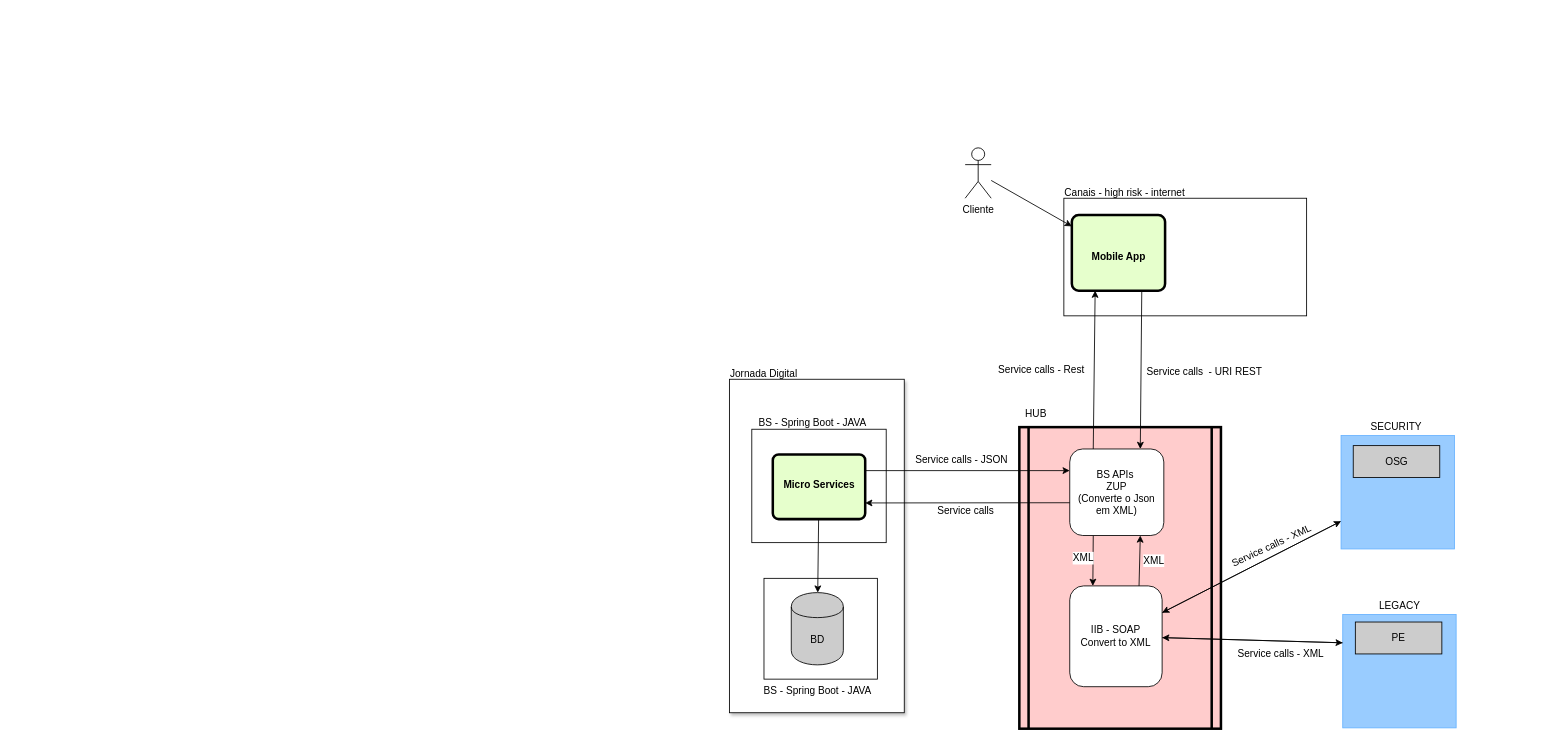
lucypbraz/Projects keeps this draw.io diagram as Untitled Diagram.drawio. Above is the earlier version. Source tidied: cells renumbered, new cells numbered last; positions are measured from the earlier drawing's top-left corner, leaving out a move shared by most shapes. Both pictures are drawn from the tidied source at 84%, with x=0, y=0 at pixel (728, 147).
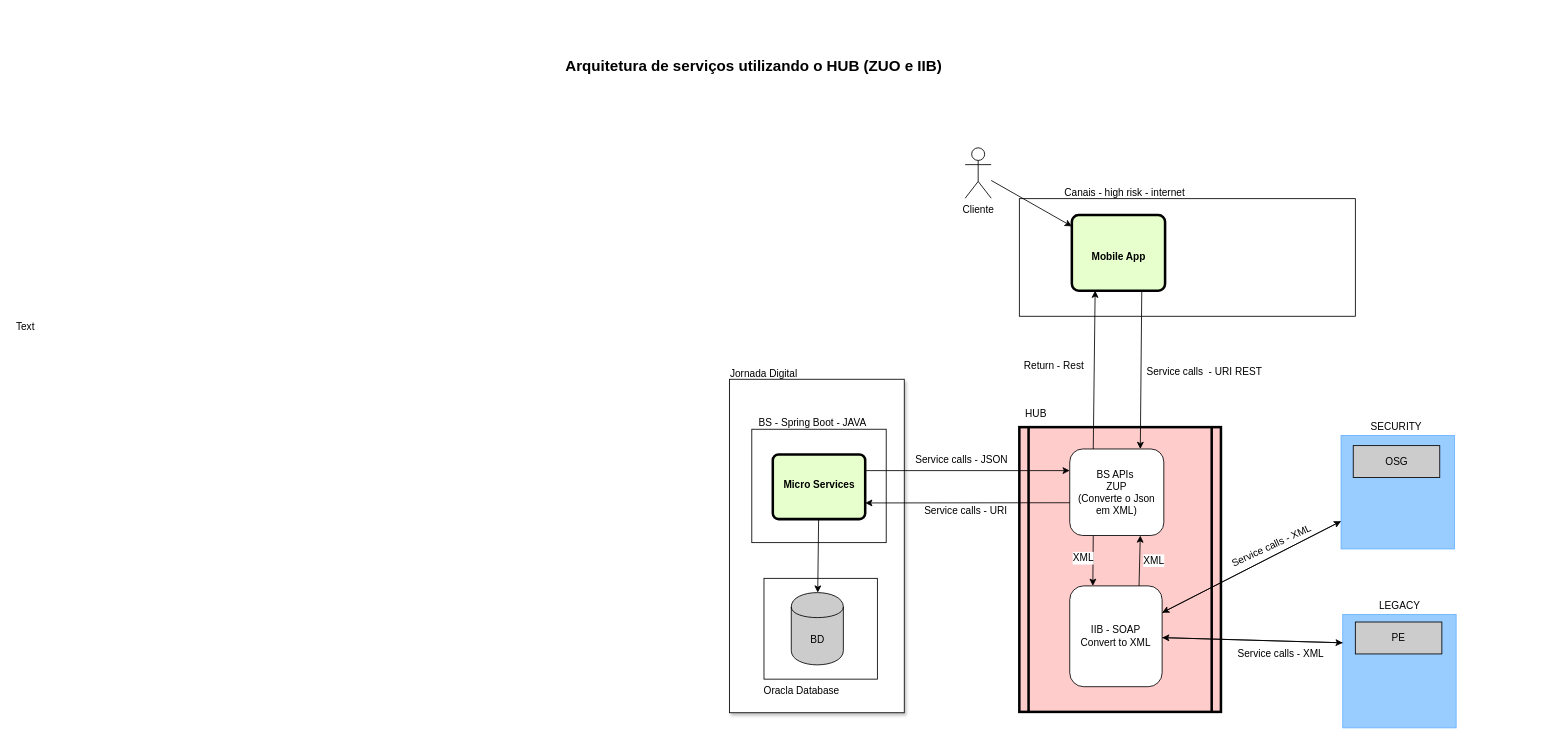
The same diagram, later.

Commit message:
Arquitetura de serviços utilizando o HUB (ZUO e IIB)

The change refers to these unchanged cells:
```xml
<mxCell id="13" style="edgeStyle=none;rounded=0;jettySize=auto;html=1;exitX=0.25;exitY=0;exitDx=0;exitDy=0;entryX=0.25;entryY=1;entryDx=0;entryDy=0;" parent="1" edge="1" source="17" target="9">
  <mxGeometry relative="1" as="geometry" />
</mxCell>
<mxCell id="42" style="edgeStyle=none;rounded=0;jettySize=auto;html=1;entryX=1;entryY=0.75;entryDx=0;entryDy=0;" parent="1" edge="1" target="38">
  <mxGeometry relative="1" as="geometry">
    <mxPoint x="406" y="423" as="sourcePoint" />
  </mxGeometry>
</mxCell>
```

The edit, as a diff of the source:
```diff
@@
     <mxCell id="5" style="shape=process;whiteSpace=wrap;align=center;verticalAlign=middle;size=0.0475;fontStyle=1;strokeWidth=3;fillColor=#FFCCCC;rotation=0;" parent="1" vertex="1">
-      <mxGeometry x="346" y="333" width="240" height="359" as="geometry" />
+      <mxGeometry x="346" y="333" width="240" height="339" as="geometry" />
     </mxCell>
     <mxCell id="6" style="rounded=0;whiteSpace=wrap;html=1;" parent="1" vertex="1">
-      <mxGeometry x="399" y="60.5" width="289" height="140" as="geometry" />
+      <mxGeometry x="346" y="61" width="400" height="140" as="geometry" />
     </mxCell>
@@
-    <mxCell id="14" value="Service calls - Rest" style="text;html=1;align=center;verticalAlign=middle;labelBackgroundColor=#ffffff;" parent="13" vertex="1">
+    <mxCell id="14" value="Return - Rest" style="text;html=1;align=center;verticalAlign=middle;labelBackgroundColor=#ffffff;" parent="13" vertex="1">
       <mxGeometry x="0.18" y="2" relative="1" as="geometry">
-        <mxPoint x="-61.5" y="17" as="offset" />
+        <mxPoint x="-47" y="11.5" as="offset" />
       </mxGeometry>
     </mxCell>
@@
-    <mxCell id="41" value="BS - Spring Boot - JAVA" style="text;html=1;align=left;verticalAlign=top;spacingTop=-4;" parent="1" vertex="1">
-      <mxGeometry x="39.5" y="637" width="140" height="10" as="geometry" />
+    <mxCell id="41" value="Oracla Database" style="text;html=1;align=left;verticalAlign=top;spacingTop=-4;" parent="1" vertex="1">
+      <mxGeometry x="39.5" y="637" width="110" height="10" as="geometry" />
     </mxCell>
@@
-    <mxCell id="43" value="Service calls" style="text;html=1;align=center;verticalAlign=middle;labelBackgroundColor=#ffffff;" parent="42" vertex="1">
+    <mxCell id="43" value="Service calls - URI" style="text;html=1;align=center;verticalAlign=middle;labelBackgroundColor=#ffffff;" parent="42" vertex="1">
       <mxGeometry x="-0.09" y="2" relative="1" as="geometry">
         <mxPoint x="-14" y="7" as="offset" />
       </mxGeometry>
     </mxCell>
@@
+    <mxCell id="45" value="&lt;h1&gt;&lt;font style=&quot;font-size: 18px&quot;&gt;Arquitetura de serviços utilizando o HUB (ZUO e IIB)&lt;/font&gt;&lt;/h1&gt;&lt;div&gt;&lt;font style=&quot;font-size: 18px&quot;&gt;&lt;br&gt;&lt;/font&gt;&lt;/div&gt;" style="text;html=1;strokeColor=none;fillColor=none;spacing=5;spacingTop=-20;whiteSpace=wrap;overflow=hidden;rounded=0;shadow=1;fontSize=21;" parent="1" vertex="1">
+      <mxGeometry x="-199" y="-148" width="1166" height="120" as="geometry" />
+    </mxCell>
+    <mxCell id="46" value="Text" style="text;html=1;align=left;verticalAlign=top;spacingTop=-4;" parent="1" vertex="1">
+      <mxGeometry x="-850" y="204" width="40" height="10" as="geometry" />
+    </mxCell>
```
